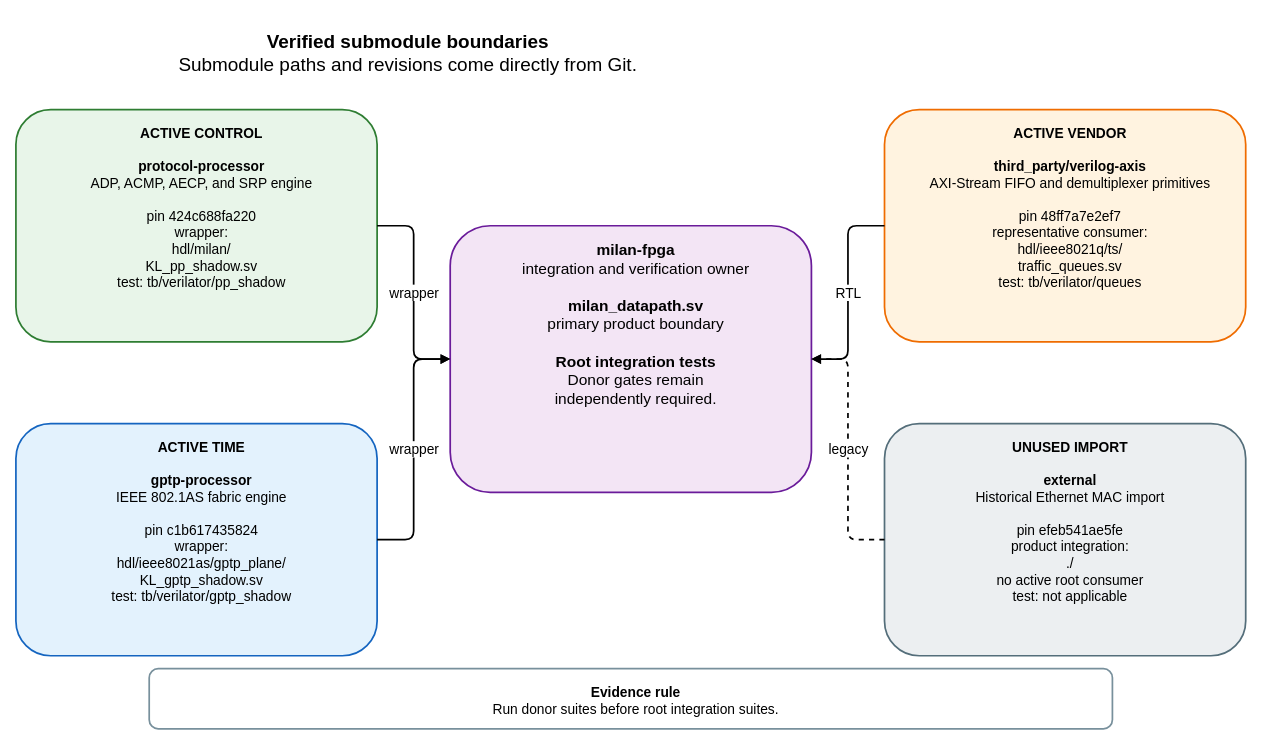
kebag-logic/milan-fpga keeps this draw.io diagram as docs/diagrams/submodule_boundaries.drawio. Above is the earlier version. Source tidied: cells renumbered, new cells numbered last; positions are measured from the earlier drawing's top-left corner, leaving out a move shared by most shapes. Both pictures are drawn from the tidied source at 86%, with x=0, y=0 at pixel (15, 15).
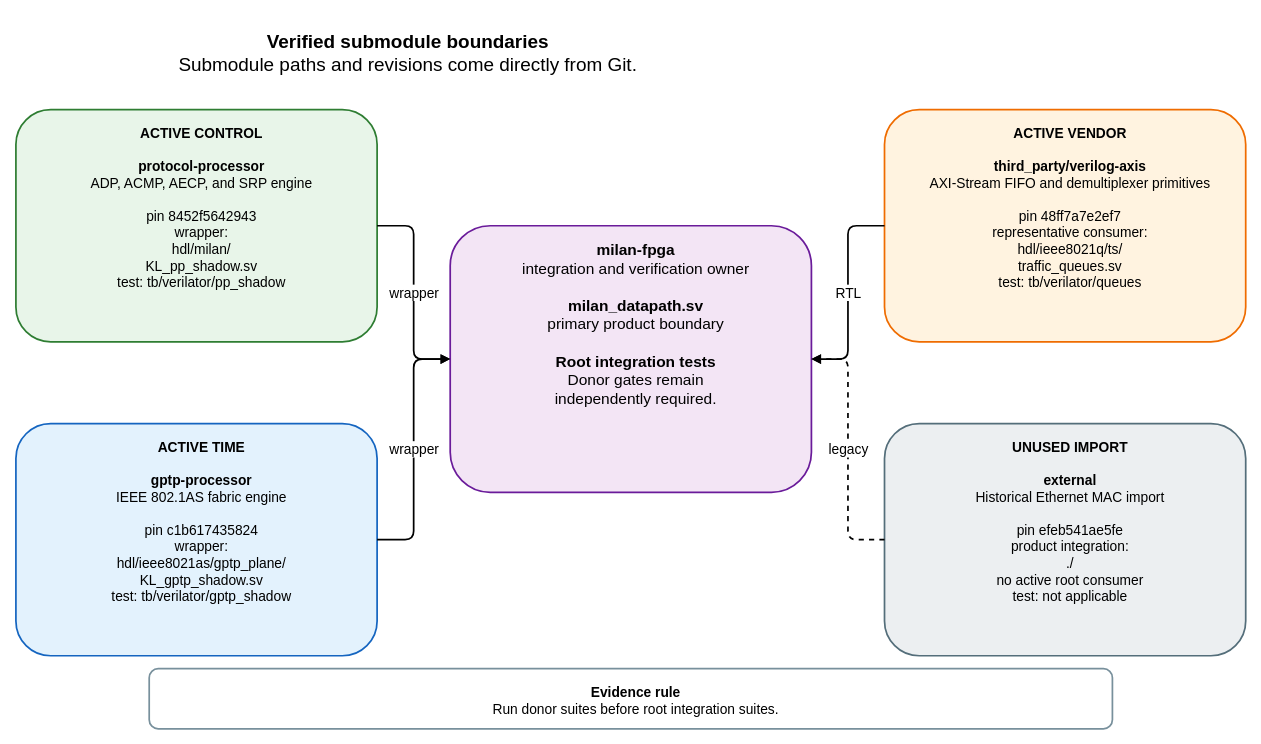
The same diagram, later.

The edit, as a diff of the source:
```diff
@@
 <mxGraphModel>
   <root>
     <mxCell id="0" />
     <mxCell id="1" parent="0" />
     <mxCell id="2" value="&lt;b&gt;Verified submodule boundaries&lt;/b&gt;&lt;br&gt;Submodule paths and revisions come directly from Git." style="rounded=1;whiteSpace=wrap;html=1;verticalAlign=top;spacingTop=12;spacingLeft=12;fontSize=22;fontFamily=Helvetica;fillColor=none;strokeColor=none;strokeWidth=2;" parent="1" vertex="1">
       <mxGeometry width="900" height="65" as="geometry" />
     </mxCell>
     <mxCell id="3" value="&lt;b&gt;milan-fpga&lt;/b&gt;&lt;br&gt;integration and verification owner&lt;br&gt;&lt;br&gt;&lt;b&gt;milan_datapath.sv&lt;/b&gt;&lt;br&gt;primary product boundary&lt;br&gt;&lt;br&gt;&lt;b&gt;Root integration tests&lt;/b&gt;&lt;br&gt;Donor gates remain&lt;br&gt;independently required." style="rounded=1;whiteSpace=wrap;html=1;verticalAlign=top;spacingTop=12;spacingLeft=12;fontSize=18;fontFamily=Helvetica;fillColor=#F3E5F5;strokeColor=#6A1B9A;strokeWidth=2;" parent="1" vertex="1">
       <mxGeometry x="505" y="245" width="420" height="310" as="geometry" />
     </mxCell>
-    <mxCell id="4" value="&lt;b&gt;ACTIVE CONTROL&lt;/b&gt;&lt;br&gt;&lt;br&gt;&lt;b&gt;protocol-processor&lt;/b&gt;&lt;br&gt;ADP, ACMP, AECP, and SRP engine&lt;br&gt;&lt;br&gt;pin 424c688fa220&lt;br&gt;wrapper:&lt;br&gt;hdl/milan/&lt;br&gt;KL_pp_shadow.sv&lt;br&gt;test: tb/verilator/pp_shadow" style="rounded=1;whiteSpace=wrap;html=1;verticalAlign=top;spacingTop=12;spacingLeft=12;fontSize=16;fontFamily=Helvetica;fillColor=#E8F5E9;strokeColor=#2E7D32;strokeWidth=2;" parent="1" vertex="1">
+    <mxCell id="4" value="&lt;b&gt;ACTIVE CONTROL&lt;/b&gt;&lt;br&gt;&lt;br&gt;&lt;b&gt;protocol-processor&lt;/b&gt;&lt;br&gt;ADP, ACMP, AECP, and SRP engine&lt;br&gt;&lt;br&gt;pin 8452f5642943&lt;br&gt;wrapper:&lt;br&gt;hdl/milan/&lt;br&gt;KL_pp_shadow.sv&lt;br&gt;test: tb/verilator/pp_shadow" style="rounded=1;whiteSpace=wrap;html=1;verticalAlign=top;spacingTop=12;spacingLeft=12;fontSize=16;fontFamily=Helvetica;fillColor=#E8F5E9;strokeColor=#2E7D32;strokeWidth=2;" parent="1" vertex="1">
       <mxGeometry y="110" width="420" height="270" as="geometry" />
     </mxCell>
     <mxCell id="5" value="&lt;b&gt;ACTIVE TIME&lt;/b&gt;&lt;br&gt;&lt;br&gt;&lt;b&gt;gptp-processor&lt;/b&gt;&lt;br&gt;IEEE 802.1AS fabric engine&lt;br&gt;&lt;br&gt;pin c1b617435824&lt;br&gt;wrapper:&lt;br&gt;hdl/ieee8021as/gptp_plane/&lt;br&gt;KL_gptp_shadow.sv&lt;br&gt;test: tb/verilator/gptp_shadow" style="rounded=1;whiteSpace=wrap;html=1;verticalAlign=top;spacingTop=12;spacingLeft=12;fontSize=16;fontFamily=Helvetica;fillColor=#E3F2FD;strokeColor=#1565C0;strokeWidth=2;" parent="1" vertex="1">
       <mxGeometry y="475" width="420" height="270" as="geometry" />
     </mxCell>
     <mxCell id="6" value="&lt;b&gt;ACTIVE VENDOR&lt;/b&gt;&lt;br&gt;&lt;br&gt;&lt;b&gt;third_party/verilog-axis&lt;/b&gt;&lt;br&gt;AXI-Stream FIFO and demultiplexer primitives&lt;br&gt;&lt;br&gt;pin 48ff7a7e2ef7&lt;br&gt;representative consumer:&lt;br&gt;hdl/ieee8021q/ts/&lt;br&gt;traffic_queues.sv&lt;br&gt;test: tb/verilator/queues" style="rounded=1;whiteSpace=wrap;html=1;verticalAlign=top;spacingTop=12;spacingLeft=12;fontSize=16;fontFamily=Helvetica;fillColor=#FFF3E0;strokeColor=#EF6C00;strokeWidth=2;" parent="1" vertex="1">
       <mxGeometry x="1010" y="110" width="420" height="270" as="geometry" />
     </mxCell>
     <mxCell id="7" value="&lt;b&gt;UNUSED IMPORT&lt;/b&gt;&lt;br&gt;&lt;br&gt;&lt;b&gt;external&lt;/b&gt;&lt;br&gt;Historical Ethernet MAC import&lt;br&gt;&lt;br&gt;pin efeb541ae5fe&lt;br&gt;product integration:&lt;br&gt;./&lt;br&gt;no active root consumer&lt;br&gt;test: not applicable" style="rounded=1;whiteSpace=wrap;html=1;verticalAlign=top;spacingTop=12;spacingLeft=12;fontSize=16;fontFamily=Helvetica;fillColor=#ECEFF1;strokeColor=#546E7A;strokeWidth=2;" parent="1" vertex="1">
       <mxGeometry x="1010" y="475" width="420" height="270" as="geometry" />
     </mxCell>
     <mxCell id="8" value="wrapper" style="edgeStyle=orthogonalEdgeStyle;rounded=1;jettySize=auto;html=1;endArrow=block;endFill=1;strokeWidth=2;fontSize=16;fontFamily=Helvetica;labelBackgroundColor=#FFFFFF;" parent="1" edge="1" source="4" target="3">
       <mxGeometry relative="1" as="geometry" />
     </mxCell>
     <mxCell id="9" value="wrapper" style="edgeStyle=orthogonalEdgeStyle;rounded=1;jettySize=auto;html=1;endArrow=block;endFill=1;strokeWidth=2;fontSize=16;fontFamily=Helvetica;labelBackgroundColor=#FFFFFF;" parent="1" edge="1" source="5" target="3">
       <mxGeometry relative="1" as="geometry" />
     </mxCell>
     <mxCell id="10" value="RTL" style="edgeStyle=orthogonalEdgeStyle;rounded=1;jettySize=auto;html=1;endArrow=block;endFill=1;strokeWidth=2;fontSize=16;fontFamily=Helvetica;labelBackgroundColor=#FFFFFF;" parent="1" edge="1" source="6" target="3">
       <mxGeometry relative="1" as="geometry" />
     </mxCell>
     <mxCell id="11" value="legacy" style="edgeStyle=orthogonalEdgeStyle;rounded=1;jettySize=auto;html=1;endArrow=block;endFill=1;strokeWidth=2;fontSize=16;fontFamily=Helvetica;labelBackgroundColor=#FFFFFF;dashed=1;" parent="1" edge="1" source="7" target="3">
       <mxGeometry relative="1" as="geometry" />
     </mxCell>
     <mxCell id="12" value="&lt;b&gt;Evidence rule&lt;/b&gt;&lt;br&gt;Run donor suites before root integration suites." style="rounded=1;whiteSpace=wrap;html=1;verticalAlign=top;spacingTop=12;spacingLeft=12;fontSize=16;fontFamily=Helvetica;fillColor=#FFFFFF;strokeColor=#78909C;strokeWidth=2;" parent="1" vertex="1">
       <mxGeometry x="155" y="760" width="1120" height="70" as="geometry" />
     </mxCell>
   </root>
 </mxGraphModel>
```
